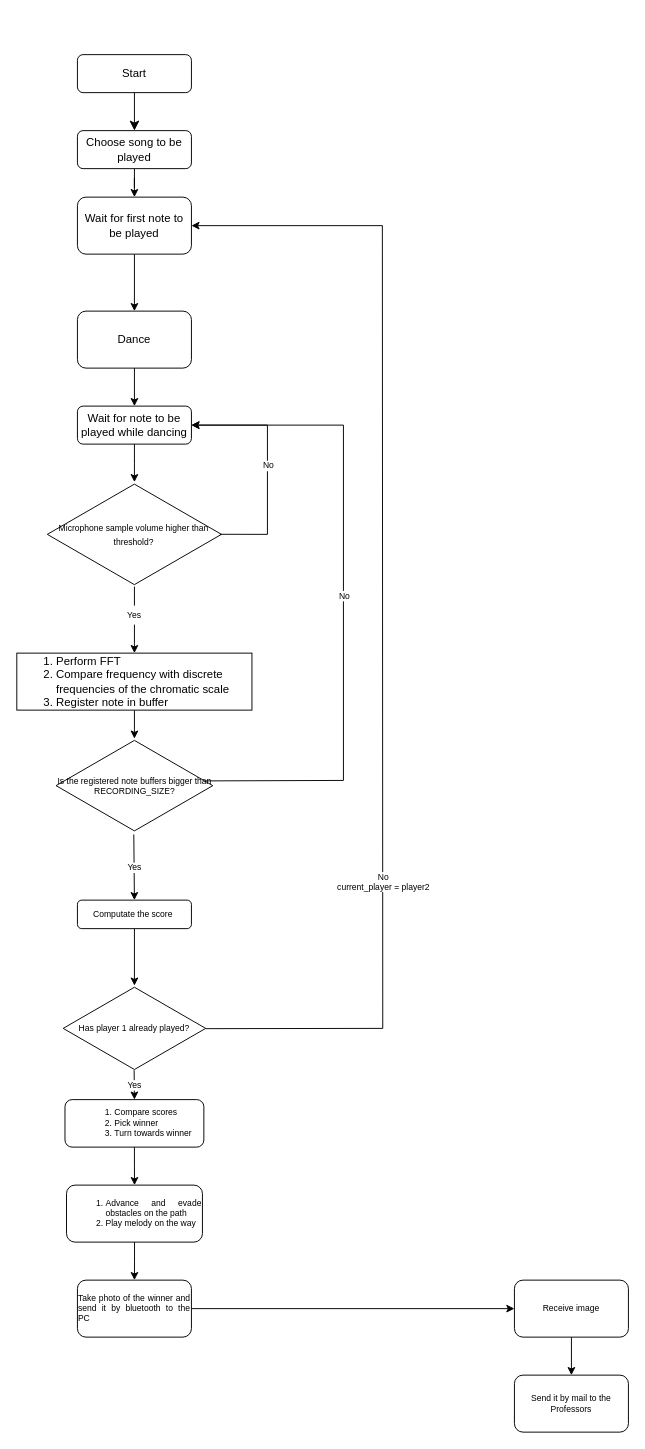
jsilveira1409/2Puck keeps this draw.io diagram as flowchart.drawio. Above is the earlier version. Source tidied: cells renumbered, new cells numbered last; positions are measured from the earlier drawing's top-left corner, leaving out a move shared by most shapes. Both pictures are drawn from the tidied source at 95%, with x=0, y=0 at pixel (16, 54).
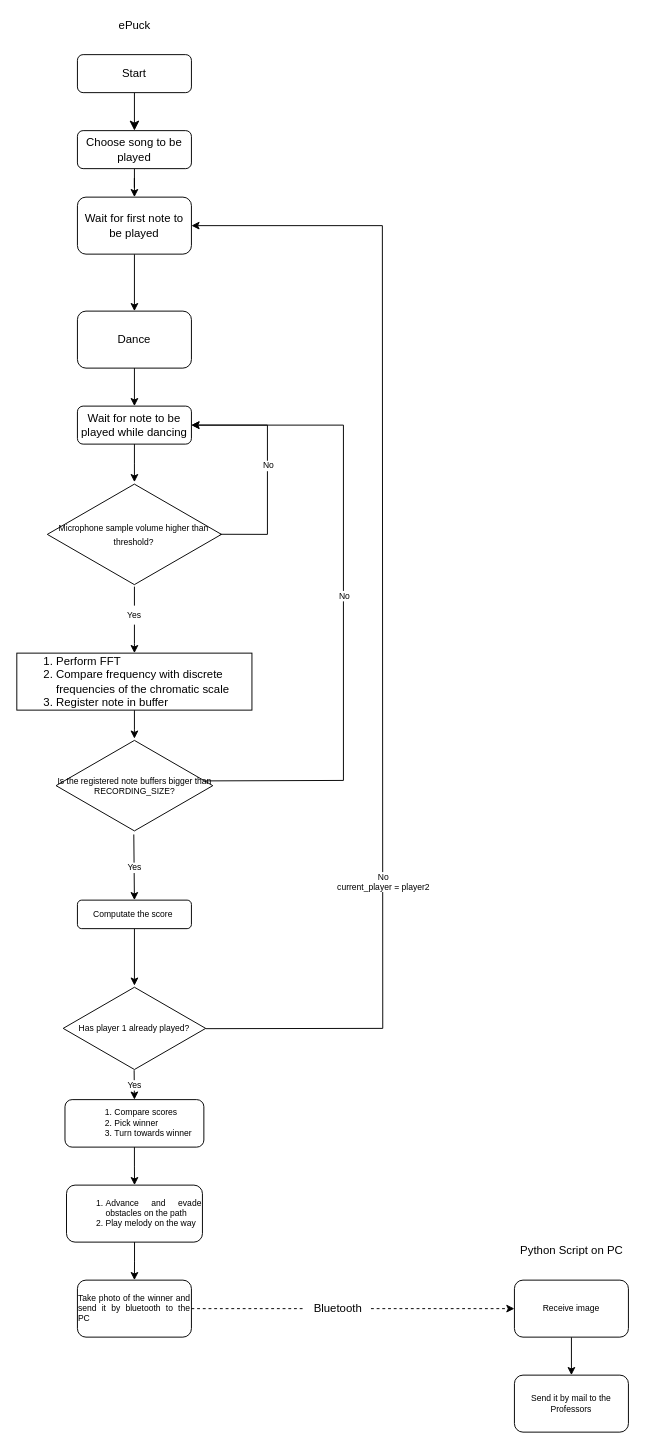
Above is the later version.

The change refers to these unchanged cells:
```xml
<mxCell id="37" value="&lt;div style=&quot;text-align: justify&quot;&gt;&lt;span&gt;Take photo of the winner and send it by bluetooth to the PC&lt;/span&gt;&lt;/div&gt;" style="whiteSpace=wrap;html=1;fontSize=9;rounded=1;" parent="1" vertex="1">
  <mxGeometry x="64" y="1290" width="120" height="60" as="geometry" />
</mxCell>
<mxCell id="39" value="Receive image" style="whiteSpace=wrap;html=1;fontSize=9;rounded=1;" parent="1" vertex="1">
  <mxGeometry x="524" y="1290" width="120" height="60" as="geometry" />
</mxCell>
```

What changed in the source:
```diff
@@
-    <mxCell id="36" style="edgeStyle=orthogonalEdgeStyle;rounded=0;jettySize=auto;html=1;fontSize=9;endArrow=classic;endFill=1;" parent="1" edge="1" source="37" target="39">
+    <mxCell id="36" style="edgeStyle=orthogonalEdgeStyle;rounded=0;jettySize=auto;html=1;fontSize=9;endArrow=classic;endFill=1;dashed=1;startArrow=none;" parent="1" edge="1" source="41" target="39">
       <mxGeometry relative="1" as="geometry" />
     </mxCell>
@@
+    <mxCell id="41" value="Bluetooth" style="text;html=1;align=center;verticalAlign=middle;points=[];strokeColor=none;fillColor=none;" parent="1" vertex="1">
+      <mxGeometry x="303" y="1310" width="70" height="20" as="geometry" />
+    </mxCell>
+    <mxCell id="42" style="edgeStyle=orthogonalEdgeStyle;rounded=0;jettySize=auto;html=1;fontSize=9;endArrow=none;endFill=1;dashed=1;" parent="1" edge="1" source="37" target="41">
+      <mxGeometry relative="1" as="geometry" />
+    </mxCell>
+    <mxCell id="43" value="Python Script on PC" style="text;html=1;align=center;verticalAlign=middle;strokeColor=none;fillColor=none;" parent="1" vertex="1">
+      <mxGeometry x="524" y="1249" width="120" height="20" as="geometry" />
+    </mxCell>
+    <mxCell id="44" value="ePuck" style="text;html=1;align=center;verticalAlign=middle;strokeColor=none;fillColor=none;" parent="1" vertex="1">
+      <mxGeometry x="99" y="-40" width="50" height="20" as="geometry" />
+    </mxCell>
```
